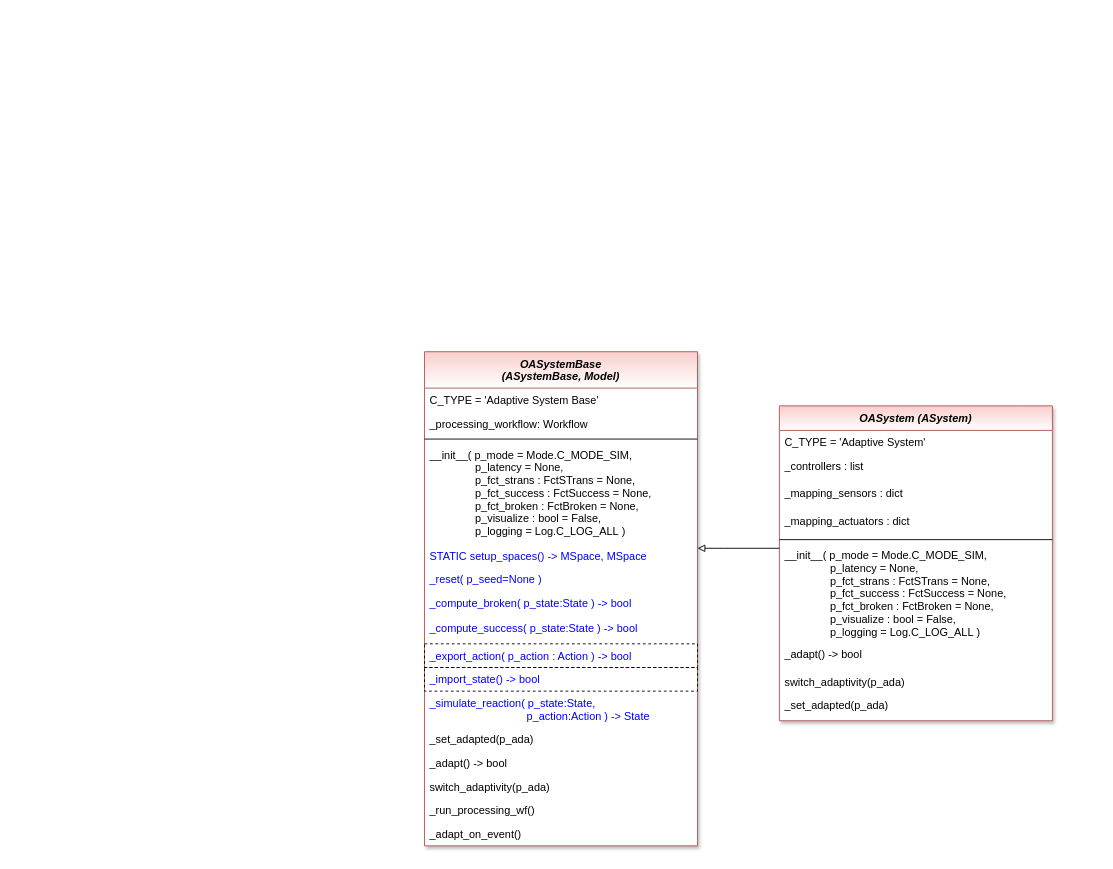
The draw.io diagram doc/rtd/content/04_appendices/appendix2/sub/core/images/oa/MLPro-OA-Systems_OASystems.drawio in fhswf/MLPro, before the edit. Source tidied: cells renumbered, new cells numbered last; positions are measured from the earlier drawing's top-left corner, leaving out a move shared by most shapes. Both pictures are drawn from the tidied source at 91%, with x=0, y=0 at pixel (424, 351).
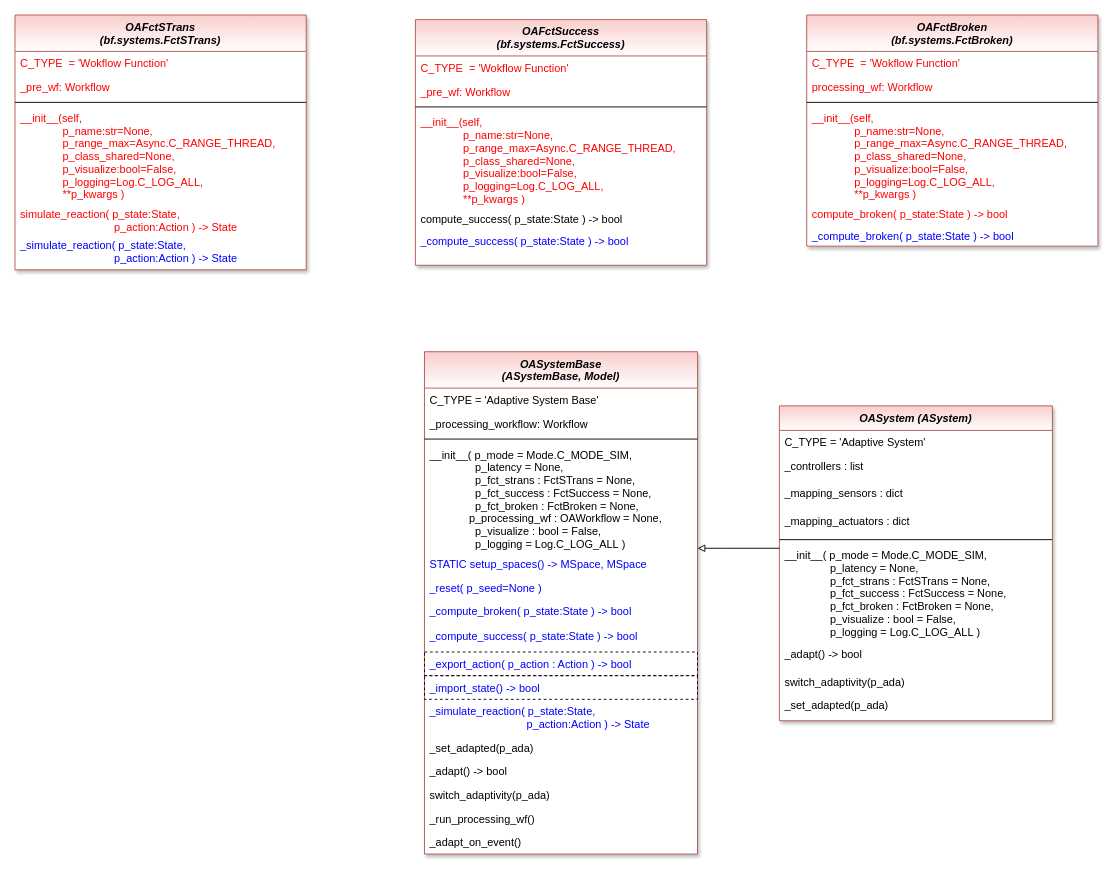
The same page after the edit.

Commit message (it also covers changes not shown here):
adaptive systems, oa systems

What changed in the source:
```diff
@@
     <mxCell id="2" value="OASystemBase&#10;(ASystemBase, Model)" style="swimlane;fontStyle=3;align=center;verticalAlign=top;horizontal=1;startSize=40;rounded=0;shadow=1;strokeWidth=1;fillColor=#f8cecc;strokeColor=#b85450;swimlaneFillColor=#ffffff;gradientColor=#FFFFFF;" parent="1" vertex="1">
-      <mxGeometry width="300" height="543" as="geometry" />
+      <mxGeometry width="300" height="552" as="geometry" />
     </mxCell>
@@
-    <mxCell id="6" value="__init__( p_mode = Mode.C_MODE_SIM,&#10;               p_latency = None, &#10;               p_fct_strans : FctSTrans = None,&#10;               p_fct_success : FctSuccess = None,&#10;               p_fct_broken : FctBroken = None,&#10;               p_visualize : bool = False,&#10;               p_logging = Log.C_LOG_ALL )" style="text;align=left;verticalAlign=top;spacingLeft=4;spacingRight=4;overflow=hidden;" parent="2" vertex="1">
-      <mxGeometry y="100" width="300" height="111" as="geometry" />
+    <mxCell id="6" value="__init__( p_mode = Mode.C_MODE_SIM,&#10;               p_latency = None, &#10;               p_fct_strans : FctSTrans = None,&#10;               p_fct_success : FctSuccess = None,&#10;               p_fct_broken : FctBroken = None,&#10;               p_processing_wf : OAWorkflow = None,&#10;               p_visualize : bool = False,&#10;               p_logging = Log.C_LOG_ALL )" style="text;align=left;verticalAlign=top;spacingLeft=4;spacingRight=4;overflow=hidden;" parent="2" vertex="1">
+      <mxGeometry y="100" width="300" height="120" as="geometry" />
     </mxCell>
     <mxCell id="7" value="STATIC setup_spaces() -&gt; MSpace, MSpace" style="text;align=left;verticalAlign=top;spacingLeft=4;spacingRight=4;overflow=hidden;fontColor=#0000FF;" parent="2" vertex="1">
-      <mxGeometry y="211" width="300" height="26" as="geometry" />
+      <mxGeometry y="220" width="300" height="26" as="geometry" />
     </mxCell>
     <mxCell id="8" value="_reset( p_seed=None )" style="text;align=left;verticalAlign=top;spacingLeft=4;spacingRight=4;overflow=hidden;fontColor=#0000FF;" parent="2" vertex="1">
-      <mxGeometry y="237" width="300" height="26" as="geometry" />
+      <mxGeometry y="246" width="300" height="26" as="geometry" />
     </mxCell>
     <mxCell id="9" value="_compute_broken( p_state:State ) -&gt; bool" style="text;align=left;verticalAlign=top;spacingLeft=4;spacingRight=4;overflow=hidden;fontColor=#0000FF;" parent="2" vertex="1">
-      <mxGeometry y="263" width="300" height="27" as="geometry" />
+      <mxGeometry y="272" width="300" height="27" as="geometry" />
     </mxCell>
     <mxCell id="10" value="_compute_success( p_state:State ) -&gt; bool" style="text;align=left;verticalAlign=top;spacingLeft=4;spacingRight=4;overflow=hidden;fontColor=#0000FF;" parent="2" vertex="1">
-      <mxGeometry y="290" width="300" height="31" as="geometry" />
+      <mxGeometry y="299" width="300" height="31" as="geometry" />
     </mxCell>
     <mxCell id="11" value="_export_action( p_action : Action ) -&gt; bool" style="text;align=left;verticalAlign=top;spacingLeft=4;spacingRight=4;overflow=hidden;fontColor=#0000FF;strokeColor=default;dashed=1;" parent="2" vertex="1">
-      <mxGeometry y="321" width="300" height="26" as="geometry" />
+      <mxGeometry y="330" width="300" height="26" as="geometry" />
     </mxCell>
     <mxCell id="12" value="_import_state() -&gt; bool" style="text;align=left;verticalAlign=top;spacingLeft=4;spacingRight=4;overflow=hidden;fontColor=#0000FF;strokeColor=default;dashed=1;" parent="2" vertex="1">
-      <mxGeometry y="347" width="300" height="26" as="geometry" />
+      <mxGeometry y="356" width="300" height="26" as="geometry" />
     </mxCell>
     <mxCell id="13" value="_simulate_reaction( p_state:State, &#10;                                p_action:Action ) -&gt; State" style="text;align=left;verticalAlign=top;spacingLeft=4;spacingRight=4;overflow=hidden;fontColor=#0000FF;" parent="2" vertex="1">
-      <mxGeometry y="373" width="300" height="40" as="geometry" />
+      <mxGeometry y="382" width="300" height="40" as="geometry" />
     </mxCell>
     <mxCell id="14" value="_set_adapted(p_ada)" style="text;align=left;verticalAlign=top;spacingLeft=4;spacingRight=4;overflow=hidden;fontColor=default;" parent="2" vertex="1">
-      <mxGeometry y="413" width="300" height="26" as="geometry" />
+      <mxGeometry y="422" width="300" height="26" as="geometry" />
     </mxCell>
     <mxCell id="15" value="_adapt() -&gt; bool" style="text;align=left;verticalAlign=top;spacingLeft=4;spacingRight=4;overflow=hidden;fontColor=default;" parent="2" vertex="1">
-      <mxGeometry y="439" width="300" height="26" as="geometry" />
+      <mxGeometry y="448" width="300" height="26" as="geometry" />
     </mxCell>
     <mxCell id="16" value="switch_adaptivity(p_ada)" style="text;align=left;verticalAlign=top;spacingLeft=4;spacingRight=4;overflow=hidden;fontColor=default;" parent="2" vertex="1">
-      <mxGeometry y="465" width="300" height="26" as="geometry" />
+      <mxGeometry y="474" width="300" height="26" as="geometry" />
     </mxCell>
     <mxCell id="17" value="_run_processing_wf()" style="text;align=left;verticalAlign=top;spacingLeft=4;spacingRight=4;overflow=hidden;fontColor=default;" parent="2" vertex="1">
-      <mxGeometry y="491" width="300" height="26" as="geometry" />
+      <mxGeometry y="500" width="300" height="26" as="geometry" />
     </mxCell>
     <mxCell id="18" value="_adapt_on_event()" style="text;align=left;verticalAlign=top;spacingLeft=4;spacingRight=4;overflow=hidden;fontColor=default;" parent="2" vertex="1">
-      <mxGeometry y="517" width="300" height="26" as="geometry" />
+      <mxGeometry y="526" width="300" height="26" as="geometry" />
     </mxCell>
@@
+    <mxCell id="30" value="OAFctSTrans&#10;(bf.systems.FctSTrans)" style="swimlane;fontStyle=3;align=center;verticalAlign=top;horizontal=1;startSize=40;rounded=0;shadow=1;strokeWidth=1;fillColor=#f8cecc;strokeColor=#b85450;swimlaneFillColor=#ffffff;gradientColor=#FFFFFF;" parent="1" vertex="1">
+      <mxGeometry x="-450" y="-370" width="320" height="280" as="geometry" />
+    </mxCell>
+    <mxCell id="31" value="C_TYPE  = 'Wokflow Function'" style="text;align=left;verticalAlign=top;spacingLeft=4;spacingRight=4;overflow=hidden;fontColor=#FF0000;" parent="30" vertex="1">
+      <mxGeometry y="40" width="320" height="26" as="geometry" />
+    </mxCell>
+    <mxCell id="32" value="_pre_wf: Workflow" style="text;align=left;verticalAlign=top;spacingLeft=4;spacingRight=4;overflow=hidden;fontColor=#FF0000;" parent="30" vertex="1">
+      <mxGeometry y="66" width="320" height="26" as="geometry" />
+    </mxCell>
+    <mxCell id="33" style="line;html=1;strokeWidth=1;align=left;verticalAlign=middle;spacingTop=-1;spacingLeft=3;spacingRight=3;labelPosition=right;" parent="30" vertex="1">
+      <mxGeometry y="92" width="320" height="8" as="geometry" />
+    </mxCell>
+    <mxCell id="34" value="__init__(self, &#10;                            p_name:str=None,&#10;                            p_range_max=Async.C_RANGE_THREAD, &#10;                            p_class_shared=None, &#10;                            p_visualize:bool=False,&#10;                            p_logging=Log.C_LOG_ALL, &#10;                            **p_kwargs )" style="text;align=left;verticalAlign=top;spacingLeft=4;spacingRight=4;overflow=hidden;fontColor=#FF0000;" parent="30" vertex="1">
+      <mxGeometry y="100" width="320" height="106" as="geometry" />
+    </mxCell>
+    <mxCell id="35" value="simulate_reaction( p_state:State,&#10;                               p_action:Action ) -&gt; State" style="text;align=left;verticalAlign=top;spacingLeft=4;spacingRight=4;overflow=hidden;fontColor=#FF0000;" parent="30" vertex="1">
+      <mxGeometry y="206" width="320" height="34" as="geometry" />
+    </mxCell>
+    <mxCell id="36" value="_simulate_reaction( p_state:State,&#10;                               p_action:Action ) -&gt; State" style="text;align=left;verticalAlign=top;spacingLeft=4;spacingRight=4;overflow=hidden;fontColor=#0000FF;" parent="30" vertex="1">
+      <mxGeometry y="240" width="320" height="30" as="geometry" />
+    </mxCell>
+    <mxCell id="37" value="OAFctSuccess&#10;(bf.systems.FctSuccess)" style="swimlane;fontStyle=3;align=center;verticalAlign=top;horizontal=1;startSize=40;rounded=0;shadow=1;strokeWidth=1;fillColor=#f8cecc;strokeColor=#b85450;swimlaneFillColor=#ffffff;gradientColor=#FFFFFF;" parent="1" vertex="1">
+      <mxGeometry x="-10" y="-365" width="320" height="270" as="geometry" />
+    </mxCell>
+    <mxCell id="38" value="C_TYPE  = 'Wokflow Function'" style="text;align=left;verticalAlign=top;spacingLeft=4;spacingRight=4;overflow=hidden;fontColor=#FF0000;" parent="37" vertex="1">
+      <mxGeometry y="40" width="320" height="26" as="geometry" />
+    </mxCell>
+    <mxCell id="39" value="_pre_wf: Workflow" style="text;align=left;verticalAlign=top;spacingLeft=4;spacingRight=4;overflow=hidden;fontColor=#FF0000;" parent="37" vertex="1">
+      <mxGeometry y="66" width="320" height="26" as="geometry" />
+    </mxCell>
+    <mxCell id="40" style="line;html=1;strokeWidth=1;align=left;verticalAlign=middle;spacingTop=-1;spacingLeft=3;spacingRight=3;labelPosition=right;" parent="37" vertex="1">
+      <mxGeometry y="92" width="320" height="8" as="geometry" />
+    </mxCell>
+    <mxCell id="41" value="__init__(self, &#10;                            p_name:str=None,&#10;                            p_range_max=Async.C_RANGE_THREAD, &#10;                            p_class_shared=None, &#10;                            p_visualize:bool=False,&#10;                            p_logging=Log.C_LOG_ALL, &#10;                            **p_kwargs )" style="text;align=left;verticalAlign=top;spacingLeft=4;spacingRight=4;overflow=hidden;fontColor=#FF0000;" parent="37" vertex="1">
+      <mxGeometry y="100" width="320" height="106" as="geometry" />
+    </mxCell>
+    <mxCell id="42" value="compute_success( p_state:State ) -&gt; bool" style="text;align=left;verticalAlign=top;spacingLeft=4;spacingRight=4;overflow=hidden;" parent="37" vertex="1">
+      <mxGeometry y="206" width="320" height="24" as="geometry" />
+    </mxCell>
+    <mxCell id="43" value="_compute_success( p_state:State ) -&gt; bool" style="text;align=left;verticalAlign=top;spacingLeft=4;spacingRight=4;overflow=hidden;fontColor=#0000FF;" parent="37" vertex="1">
+      <mxGeometry y="230" width="320" height="26" as="geometry" />
+    </mxCell>
+    <mxCell id="44" value="OAFctBroken&#10;(bf.systems.FctBroken)" style="swimlane;fontStyle=3;align=center;verticalAlign=top;horizontal=1;startSize=40;rounded=0;shadow=1;strokeWidth=1;fillColor=#f8cecc;strokeColor=#b85450;swimlaneFillColor=#ffffff;gradientColor=#FFFFFF;" parent="1" vertex="1">
+      <mxGeometry x="420" y="-370" width="320" height="254" as="geometry" />
+    </mxCell>
+    <mxCell id="45" value="C_TYPE  = 'Wokflow Function'" style="text;align=left;verticalAlign=top;spacingLeft=4;spacingRight=4;overflow=hidden;fontColor=#FF0000;" parent="44" vertex="1">
+      <mxGeometry y="40" width="320" height="26" as="geometry" />
+    </mxCell>
+    <mxCell id="46" value="processing_wf: Workflow" style="text;align=left;verticalAlign=top;spacingLeft=4;spacingRight=4;overflow=hidden;fontColor=#FF0000;" parent="44" vertex="1">
+      <mxGeometry y="66" width="320" height="26" as="geometry" />
+    </mxCell>
+    <mxCell id="47" style="line;html=1;strokeWidth=1;align=left;verticalAlign=middle;spacingTop=-1;spacingLeft=3;spacingRight=3;labelPosition=right;" parent="44" vertex="1">
+      <mxGeometry y="92" width="320" height="8" as="geometry" />
+    </mxCell>
+    <mxCell id="48" value="__init__(self, &#10;              p_name:str=None,&#10;              p_range_max=Async.C_RANGE_THREAD,&#10;              p_class_shared=None,&#10;              p_visualize:bool=False,&#10;              p_logging=Log.C_LOG_ALL,&#10;              **p_kwargs )" style="text;align=left;verticalAlign=top;spacingLeft=4;spacingRight=4;overflow=hidden;fontColor=#FF0000;" parent="44" vertex="1">
+      <mxGeometry y="100" width="320" height="106" as="geometry" />
+    </mxCell>
+    <mxCell id="49" value="compute_broken( p_state:State ) -&gt; bool" style="text;align=left;verticalAlign=top;spacingLeft=4;spacingRight=4;overflow=hidden;fontColor=#FF0000;" parent="44" vertex="1">
+      <mxGeometry y="206" width="320" height="24" as="geometry" />
+    </mxCell>
+    <mxCell id="50" value="_compute_broken( p_state:State ) -&gt; bool" style="text;align=left;verticalAlign=top;spacingLeft=4;spacingRight=4;overflow=hidden;fontColor=#0000FF;" parent="44" vertex="1">
+      <mxGeometry y="230" width="320" height="24" as="geometry" />
+    </mxCell>
```
